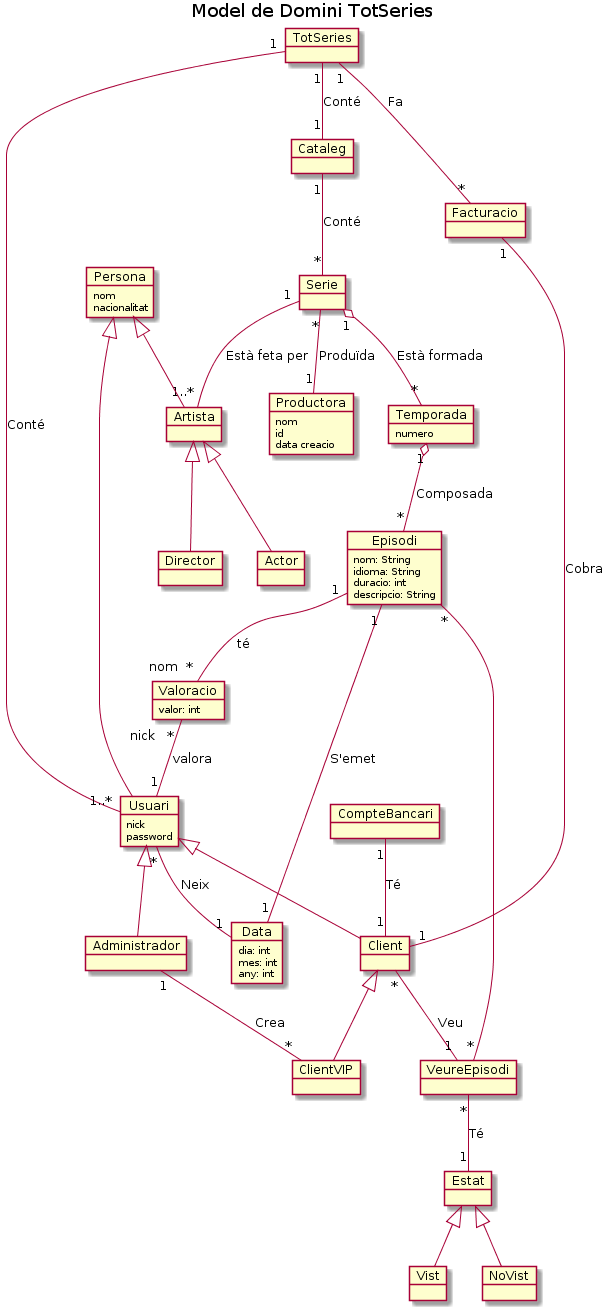
The PlantUML diagram uml/img/MD_corregido.png in IvanSevilla/totserapp, before a commit.
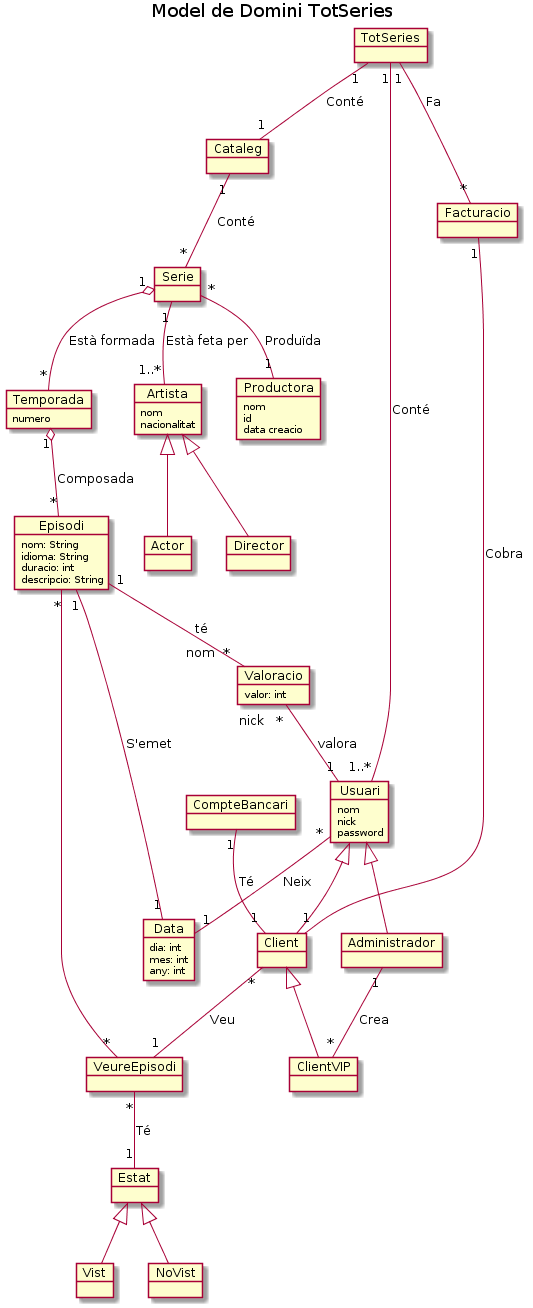
The same file after the commit.

The edit, as a diff of the source:
```diff
@@ -1,13 +1,8 @@
 @startuml
 title Model de Domini TotSeries
-top to bottom direction
 
 object TotSeries
 object Administrador
-object Usuari{
-nick
-password
-}
 object Client
 object ClientVIP
 object Serie
@@ -18,10 +13,14 @@
 data creacio
 }
 object Director
-object Artista
-object Persona{
+object Artista{
 nom
 nacionalitat
+}
+object Usuari{
+nom
+nick
+password
 }
 object Temporada{
 numero
@@ -66,8 +65,6 @@
 Artista <|-- Actor
 Serie "*" -- "1" Productora: Produïda
 Temporada "1" o-- "*" Episodi: Composada
-Persona <|-- Usuari
-Persona <|-- Artista
 Episodi "1" -- "nom  *" Valoracio: té
 Valoracio  "nick   *" -- "1" Usuari: valora
 Episodi "1" -- "1" Data: S'emet
```
